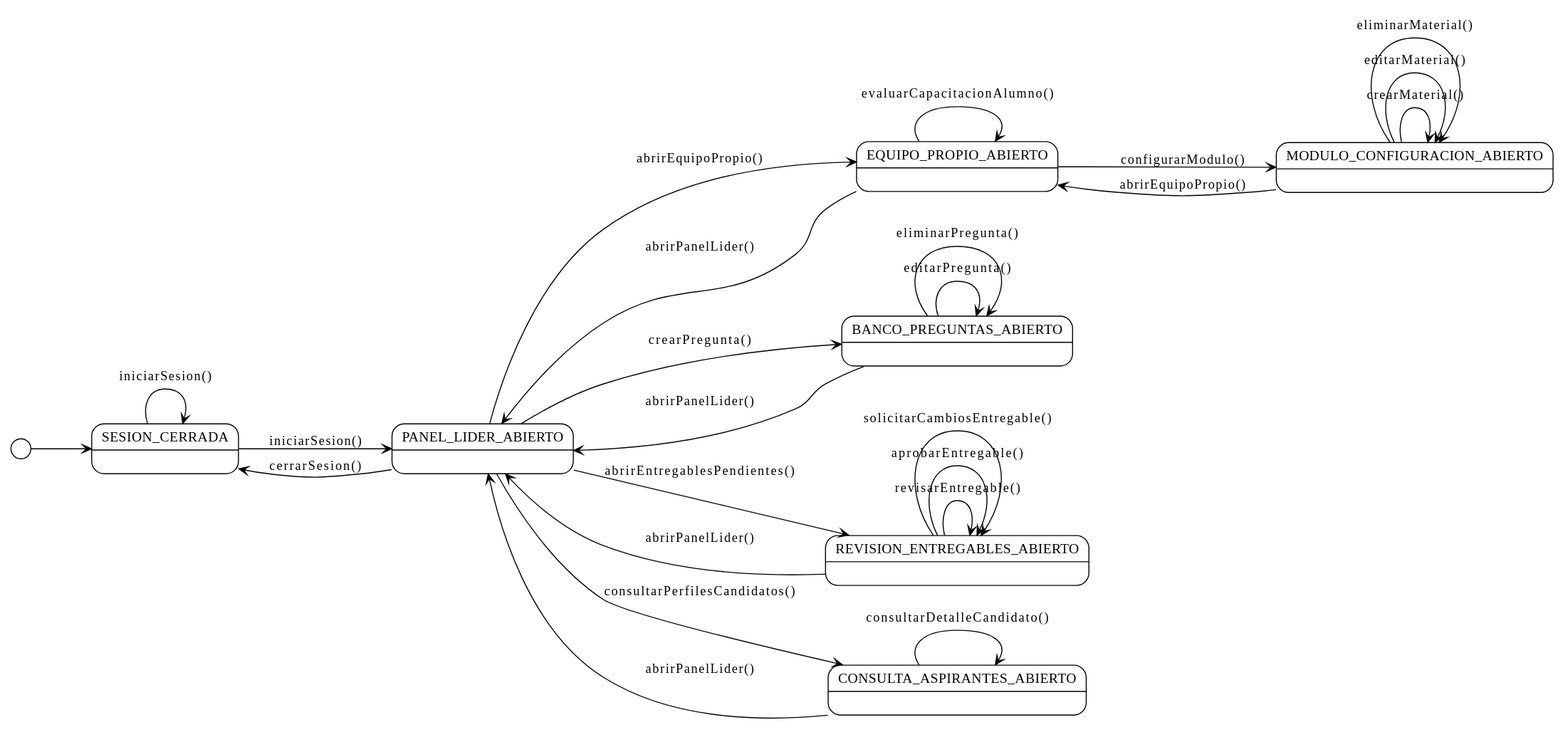
The PlantUML diagram images/RUP/01-requisitos/01-actores-casos-uso/diagramaContextoLiderEquipo.svg in TheMoys/CTS-Academy, before a commit. Its diagram source:
```plantuml
@startuml
!theme plain
left to right direction
skinparam state {
  BackgroundColor White
  BorderColor Black
  ArrowColor Black
}

state SESION_CERRADA
state PANEL_LIDER_ABIERTO
state EQUIPO_PROPIO_ABIERTO
state MODULO_CONFIGURACION_ABIERTO
state BANCO_PREGUNTAS_ABIERTO
state REVISION_ENTREGABLES_ABIERTO
state CONSULTA_ASPIRANTES_ABIERTO

[*] --> SESION_CERRADA

SESION_CERRADA --> SESION_CERRADA : iniciarSesion()
SESION_CERRADA --> PANEL_LIDER_ABIERTO : iniciarSesion()
PANEL_LIDER_ABIERTO --> SESION_CERRADA : cerrarSesion()

PANEL_LIDER_ABIERTO --> EQUIPO_PROPIO_ABIERTO : abrirEquipoPropio()
EQUIPO_PROPIO_ABIERTO --> PANEL_LIDER_ABIERTO : abrirPanelLider()
EQUIPO_PROPIO_ABIERTO --> EQUIPO_PROPIO_ABIERTO : evaluarCapacitacionAlumno()

EQUIPO_PROPIO_ABIERTO --> MODULO_CONFIGURACION_ABIERTO : configurarModulo()
MODULO_CONFIGURACION_ABIERTO --> MODULO_CONFIGURACION_ABIERTO : crearMaterial()
MODULO_CONFIGURACION_ABIERTO --> MODULO_CONFIGURACION_ABIERTO : editarMaterial()
MODULO_CONFIGURACION_ABIERTO --> MODULO_CONFIGURACION_ABIERTO : eliminarMaterial()
MODULO_CONFIGURACION_ABIERTO --> EQUIPO_PROPIO_ABIERTO : abrirEquipoPropio()

PANEL_LIDER_ABIERTO --> BANCO_PREGUNTAS_ABIERTO : crearPregunta()
BANCO_PREGUNTAS_ABIERTO --> BANCO_PREGUNTAS_ABIERTO : editarPregunta()
BANCO_PREGUNTAS_ABIERTO --> BANCO_PREGUNTAS_ABIERTO : eliminarPregunta()
BANCO_PREGUNTAS_ABIERTO --> PANEL_LIDER_ABIERTO : abrirPanelLider()

PANEL_LIDER_ABIERTO --> REVISION_ENTREGABLES_ABIERTO : abrirEntregablesPendientes()
REVISION_ENTREGABLES_ABIERTO --> REVISION_ENTREGABLES_ABIERTO : revisarEntregable()
REVISION_ENTREGABLES_ABIERTO --> REVISION_ENTREGABLES_ABIERTO : aprobarEntregable()
REVISION_ENTREGABLES_ABIERTO --> REVISION_ENTREGABLES_ABIERTO : solicitarCambiosEntregable()
REVISION_ENTREGABLES_ABIERTO --> PANEL_LIDER_ABIERTO : abrirPanelLider()

PANEL_LIDER_ABIERTO --> CONSULTA_ASPIRANTES_ABIERTO : consultarPerfilesCandidatos()
CONSULTA_ASPIRANTES_ABIERTO --> CONSULTA_ASPIRANTES_ABIERTO : consultarDetalleCandidato()
CONSULTA_ASPIRANTES_ABIERTO --> PANEL_LIDER_ABIERTO : abrirPanelLider()
@enduml
```
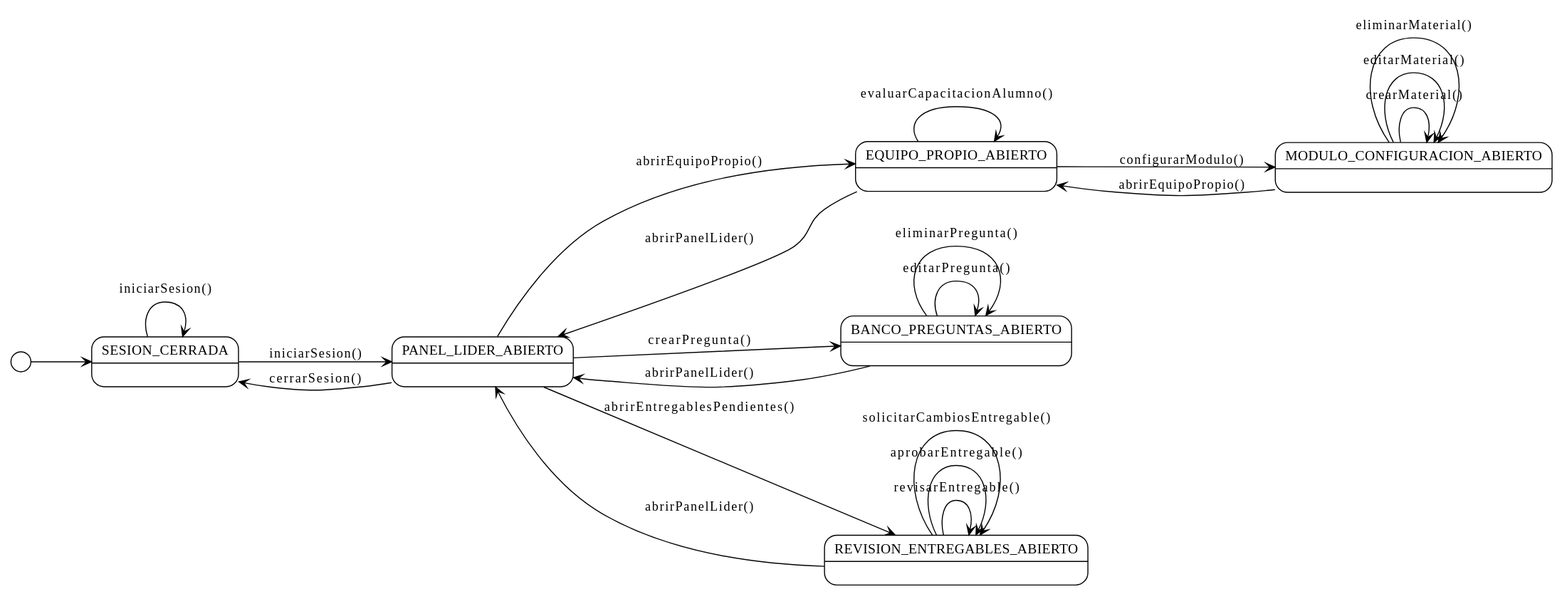
The same file after the commit.

Diff of the diagram source:
```diff
@@ -13,7 +13,6 @@
 state MODULO_CONFIGURACION_ABIERTO
 state BANCO_PREGUNTAS_ABIERTO
 state REVISION_ENTREGABLES_ABIERTO
-state CONSULTA_ASPIRANTES_ABIERTO
 
 [*] --> SESION_CERRADA
 
@@ -41,8 +40,4 @@
 REVISION_ENTREGABLES_ABIERTO --> REVISION_ENTREGABLES_ABIERTO : aprobarEntregable()
 REVISION_ENTREGABLES_ABIERTO --> REVISION_ENTREGABLES_ABIERTO : solicitarCambiosEntregable()
 REVISION_ENTREGABLES_ABIERTO --> PANEL_LIDER_ABIERTO : abrirPanelLider()
-
-PANEL_LIDER_ABIERTO --> CONSULTA_ASPIRANTES_ABIERTO : consultarPerfilesCandidatos()
-CONSULTA_ASPIRANTES_ABIERTO --> CONSULTA_ASPIRANTES_ABIERTO : consultarDetalleCandidato()
-CONSULTA_ASPIRANTES_ABIERTO --> PANEL_LIDER_ABIERTO : abrirPanelLider()
 @enduml
```
